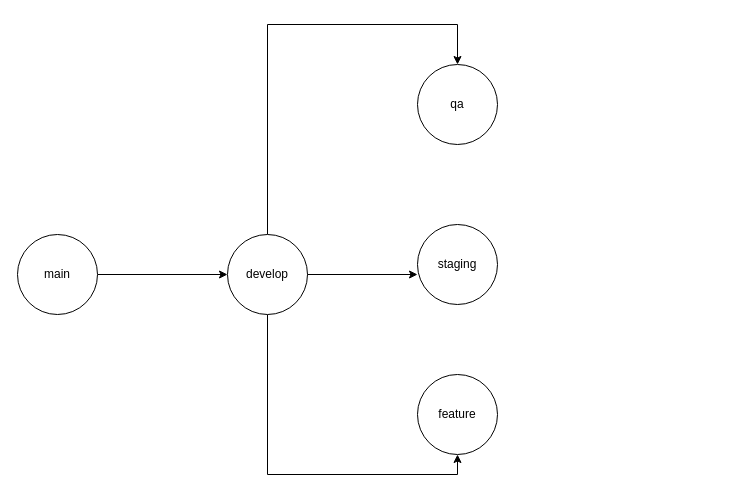
Above: GitFlowflutter.drawio in EstebanGitPro/Digramas (draw.io), before the change. Source tidied: cells renumbered, new cells numbered last; positions are measured from the earlier drawing's top-left corner, leaving out a move shared by most shapes. Both pictures are drawn from the tidied source at 100%, with x=0, y=0 at pixel (17, 24).
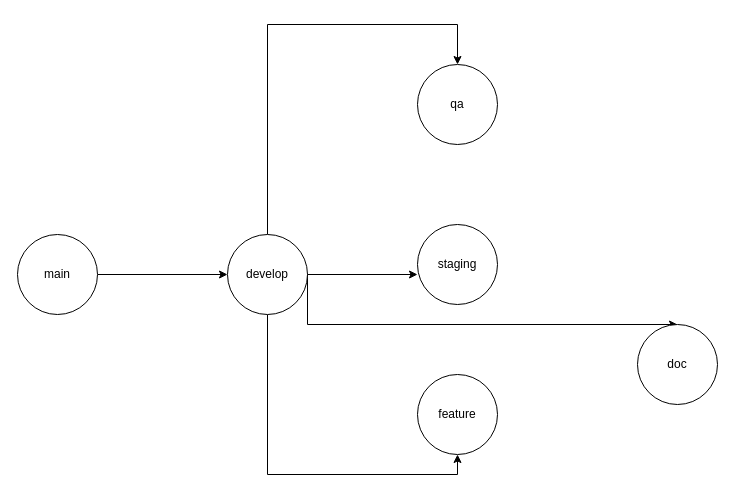
Above is the later version.

The edit, as a diff of the source:
```diff
@@
 <mxGraphModel>
   <root>
     <mxCell id="0" />
     <mxCell id="1" parent="0" />
     <mxCell id="2" style="edgeStyle=orthogonalEdgeStyle;rounded=0;jettySize=auto;html=1;" parent="1" edge="1" source="3" target="6">
       <mxGeometry relative="1" as="geometry" />
     </mxCell>
     <mxCell id="3" value="main" style="ellipse;whiteSpace=wrap;html=1;" parent="1" vertex="1">
       <mxGeometry y="210" width="80" height="80" as="geometry" />
     </mxCell>
     <mxCell id="4" style="edgeStyle=orthogonalEdgeStyle;rounded=0;jettySize=auto;html=1;" parent="1" edge="1" source="6" target="7">
       <mxGeometry relative="1" as="geometry">
         <Array as="points">
           <mxPoint x="250" />
           <mxPoint x="440" />
         </Array>
       </mxGeometry>
     </mxCell>
     <mxCell id="5" style="edgeStyle=orthogonalEdgeStyle;rounded=0;jettySize=auto;html=1;entryX=0.5;entryY=1;entryDx=0;entryDy=0;" parent="1" edge="1" source="6" target="9">
       <mxGeometry relative="1" as="geometry">
         <Array as="points">
           <mxPoint x="250" y="450" />
           <mxPoint x="440" y="450" />
         </Array>
       </mxGeometry>
     </mxCell>
+    <mxCell id="11" style="edgeStyle=orthogonalEdgeStyle;rounded=0;jettySize=auto;html=1;exitX=1;exitY=0.5;exitDx=0;exitDy=0;" parent="1" edge="1" source="6" target="12">
+      <mxGeometry relative="1" as="geometry">
+        <Array as="points">
+          <mxPoint x="290" y="300" />
+        </Array>
+      </mxGeometry>
+    </mxCell>
     <mxCell id="6" value="develop" style="ellipse;whiteSpace=wrap;html=1;" parent="1" vertex="1">
       <mxGeometry x="210" y="210" width="80" height="80" as="geometry" />
     </mxCell>
     <mxCell id="7" value="qa" style="ellipse;whiteSpace=wrap;html=1;" parent="1" vertex="1">
       <mxGeometry x="400" y="40" width="80" height="80" as="geometry" />
     </mxCell>
     <mxCell id="8" value="staging" style="ellipse;whiteSpace=wrap;html=1;" parent="1" vertex="1">
       <mxGeometry x="400" y="200" width="80" height="80" as="geometry" />
     </mxCell>
     <mxCell id="9" value="feature" style="ellipse;whiteSpace=wrap;html=1;" parent="1" vertex="1">
       <mxGeometry x="400" y="350" width="80" height="80" as="geometry" />
     </mxCell>
     <mxCell id="10" style="edgeStyle=orthogonalEdgeStyle;rounded=0;jettySize=auto;html=1;entryX=0;entryY=0.625;entryDx=0;entryDy=0;entryPerimeter=0;" parent="1" edge="1" source="6" target="8">
       <mxGeometry relative="1" as="geometry" />
     </mxCell>
+    <mxCell id="12" value="doc" style="ellipse;whiteSpace=wrap;html=1;" parent="1" vertex="1">
+      <mxGeometry x="620" y="300" width="80" height="80" as="geometry" />
+    </mxCell>
   </root>
 </mxGraphModel>
```
